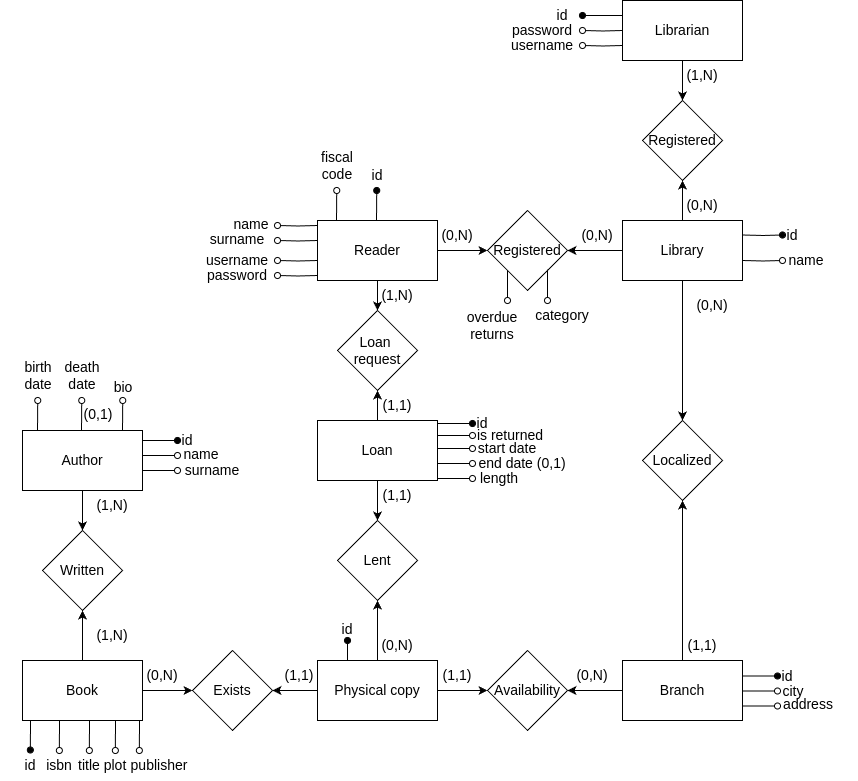
lazywithclass/progetto-basi-di-dati keeps this draw.io diagram as docs/images/er.png. Above is the earlier version. Source tidied: cells renumbered, new cells last; positions are measured from the earlier drawing's top-left corner, leaving out a move shared by most shapes.
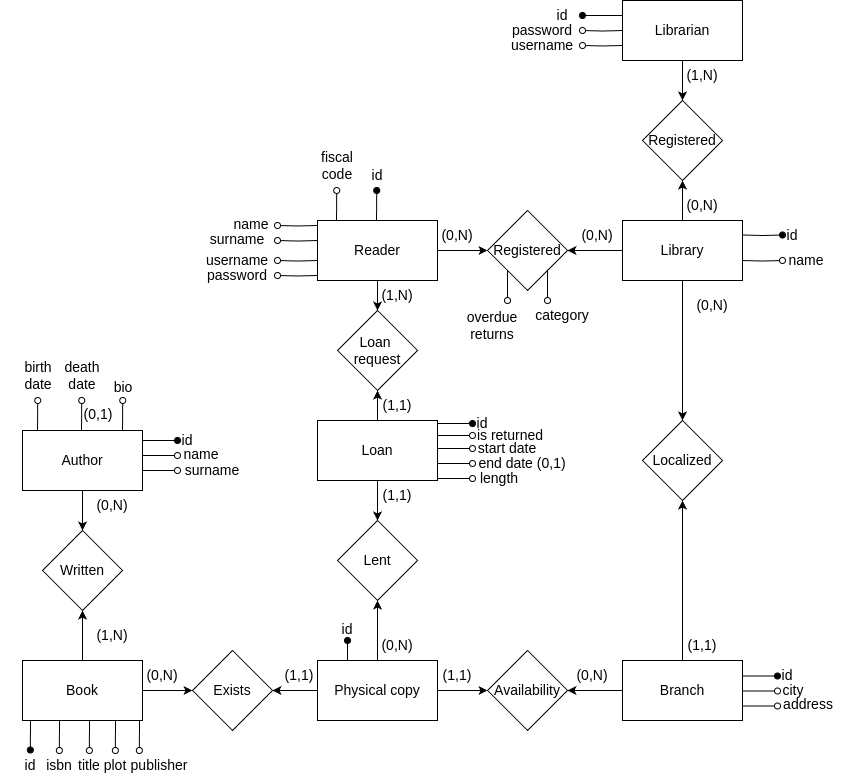
Above is the later version.

What changed in the source:
```diff
@@ -177,7 +177,7 @@
     <mxCell id="54" value="(1,N)" style="text;html=1;align=center;verticalAlign=middle;whiteSpace=wrap;rounded=0;" parent="1" vertex="1">
       <mxGeometry x="82" y="620" width="60" height="30" as="geometry" />
     </mxCell>
-    <mxCell id="55" value="(1,N)" style="text;html=1;align=center;verticalAlign=middle;whiteSpace=wrap;rounded=0;" parent="1" vertex="1">
+    <mxCell id="55" value="(0,N)" style="text;html=1;align=center;verticalAlign=middle;whiteSpace=wrap;rounded=0;" parent="1" vertex="1">
       <mxGeometry x="82" y="490" width="60" height="30" as="geometry" />
     </mxCell>
     <mxCell id="56" value="i&lt;span style=&quot;background-color: transparent; color: light-dark(rgb(0, 0, 0), rgb(255, 255, 255));&quot;&gt;d&lt;/span&gt;" style="text;html=1;align=center;verticalAlign=middle;whiteSpace=wrap;rounded=0;" parent="1" vertex="1">
```
